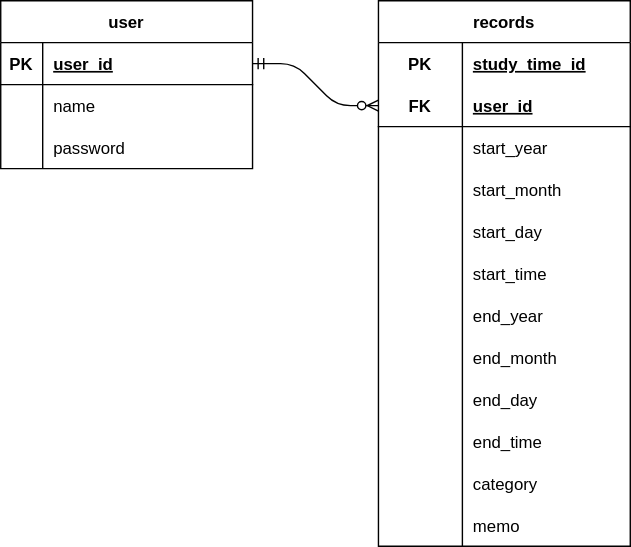
Earlier version of the draw.io export docs/images/ER図.drawio.svg (GenkiKishikawa/study-time-app). Source tidied: cells renumbered, new cells last; positions are measured from the earlier drawing's top-left corner, leaving out a move shared by most shapes.
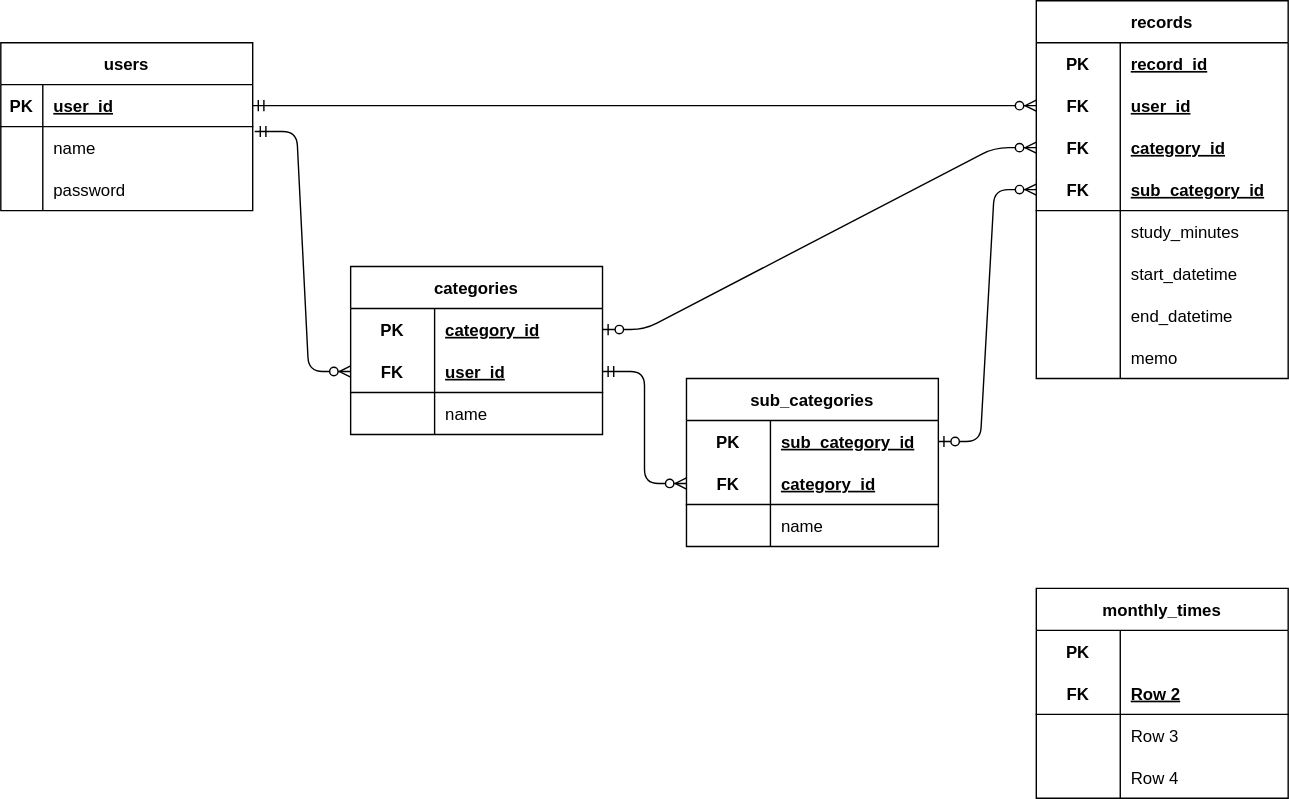
Later version of the same file.

The edit, as a diff of the source:
```diff
@@ -2,8 +2,8 @@
   <root>
     <mxCell id="0" />
     <mxCell id="1" parent="0" />
-    <mxCell id="2" value="user" style="shape=table;startSize=30;rowLines=0;fontStyle=1;align=center;" parent="1" vertex="1">
-      <mxGeometry width="180" height="120" as="geometry" />
+    <mxCell id="2" value="users" style="shape=table;startSize=30;rowLines=0;fontStyle=1;align=center;" parent="1" vertex="1">
+      <mxGeometry x="-30" y="-120" width="180" height="120" as="geometry" />
     </mxCell>
     <mxCell id="3" style="shape=tableRow;horizontal=0;startSize=0;swimlaneHead=0;swimlaneBody=0;fillColor=none;points=[[0,0.5],[1,0.5]];portConstraint=eastwest;top=0;left=0;right=0;bottom=1;" parent="2" vertex="1">
       <mxGeometry y="30" width="180" height="30" as="geometry" />
@@ -33,7 +33,7 @@
       <mxGeometry x="30" width="150" height="30" as="geometry" />
     </mxCell>
     <mxCell id="12" value="records" style="shape=table;startSize=30;rowLines=0;fontStyle=1;align=center;" parent="1" vertex="1">
-      <mxGeometry x="270" width="180" height="390" as="geometry" />
+      <mxGeometry x="710" y="-150" width="180" height="270" as="geometry" />
     </mxCell>
     <mxCell id="13" style="shape=tableRow;horizontal=0;startSize=0;swimlaneHead=0;swimlaneBody=0;fillColor=none;top=0;left=0;right=0;bottom=0;" parent="12" vertex="1">
       <mxGeometry y="30" width="180" height="30" as="geometry" />
@@ -41,10 +41,10 @@
     <mxCell id="14" value="PK" style="shape=partialRectangle;fillColor=none;top=0;left=0;bottom=0;right=0;fontStyle=1;overflow=hidden;" parent="13" vertex="1">
       <mxGeometry width="60" height="30" as="geometry" />
     </mxCell>
-    <mxCell id="15" value="study_time_id" style="shape=partialRectangle;fillColor=none;top=0;left=0;bottom=0;right=0;align=left;spacingLeft=6;fontStyle=5;overflow=hidden;" parent="13" vertex="1">
+    <mxCell id="15" value="record_id" style="shape=partialRectangle;fillColor=none;top=0;left=0;bottom=0;right=0;align=left;spacingLeft=6;fontStyle=5;overflow=hidden;" parent="13" vertex="1">
       <mxGeometry x="60" width="120" height="30" as="geometry" />
     </mxCell>
-    <mxCell id="16" style="shape=tableRow;horizontal=0;startSize=0;swimlaneHead=0;swimlaneBody=0;fillColor=none;points=[[0,0.5],[1,0.5]];portConstraint=eastwest;top=0;left=0;right=0;bottom=1;" parent="12" vertex="1">
+    <mxCell id="16" style="shape=tableRow;horizontal=0;startSize=0;swimlaneHead=0;swimlaneBody=0;fillColor=none;points=[[0,0.5],[1,0.5]];portConstraint=eastwest;top=0;left=0;right=0;bottom=1;strokeColor=none;" parent="12" vertex="1">
       <mxGeometry y="60" width="180" height="30" as="geometry" />
     </mxCell>
     <mxCell id="17" value="FK" style="shape=partialRectangle;fillColor=none;top=0;left=0;bottom=0;right=0;fontStyle=1;overflow=hidden;" parent="16" vertex="1">
@@ -53,89 +53,53 @@
     <mxCell id="18" value="user_id" style="shape=partialRectangle;fillColor=none;top=0;left=0;bottom=0;right=0;align=left;spacingLeft=6;fontStyle=5;overflow=hidden;" parent="16" vertex="1">
       <mxGeometry x="60" width="120" height="30" as="geometry" />
     </mxCell>
+    <mxCell id="50" style="shape=tableRow;horizontal=0;startSize=0;swimlaneHead=0;swimlaneBody=0;fillColor=none;points=[[0,0.5],[1,0.5]];portConstraint=eastwest;top=0;left=0;right=0;bottom=1;strokeColor=none;" parent="12" vertex="1">
+      <mxGeometry y="90" width="180" height="30" as="geometry" />
+    </mxCell>
+    <mxCell id="51" value="FK" style="shape=partialRectangle;fillColor=none;top=0;left=0;bottom=0;right=0;fontStyle=1;overflow=hidden;" parent="50" vertex="1">
+      <mxGeometry width="60" height="30" as="geometry" />
+    </mxCell>
+    <mxCell id="52" value="category_id" style="shape=partialRectangle;fillColor=none;top=0;left=0;bottom=0;right=0;align=left;spacingLeft=6;fontStyle=5;overflow=hidden;" parent="50" vertex="1">
+      <mxGeometry x="60" width="120" height="30" as="geometry" />
+    </mxCell>
+    <mxCell id="53" style="shape=tableRow;horizontal=0;startSize=0;swimlaneHead=0;swimlaneBody=0;fillColor=none;points=[[0,0.5],[1,0.5]];portConstraint=eastwest;top=0;left=0;right=0;bottom=1;" parent="12" vertex="1">
+      <mxGeometry y="120" width="180" height="30" as="geometry" />
+    </mxCell>
+    <mxCell id="54" value="FK" style="shape=partialRectangle;fillColor=none;top=0;left=0;bottom=0;right=0;fontStyle=1;overflow=hidden;" parent="53" vertex="1">
+      <mxGeometry width="60" height="30" as="geometry" />
+    </mxCell>
+    <mxCell id="55" value="sub_category_id" style="shape=partialRectangle;fillColor=none;top=0;left=0;bottom=0;right=0;align=left;spacingLeft=6;fontStyle=5;overflow=hidden;" parent="53" vertex="1">
+      <mxGeometry x="60" width="120" height="30" as="geometry" />
+    </mxCell>
     <mxCell id="19" style="shape=tableRow;horizontal=0;startSize=0;swimlaneHead=0;swimlaneBody=0;fillColor=none;top=0;left=0;right=0;bottom=0;" parent="12" vertex="1">
-      <mxGeometry y="90" width="180" height="30" as="geometry" />
+      <mxGeometry y="150" width="180" height="30" as="geometry" />
     </mxCell>
     <mxCell id="20" style="shape=partialRectangle;fillColor=none;top=0;left=0;bottom=0;right=0;overflow=hidden;" parent="19" vertex="1">
       <mxGeometry width="60" height="30" as="geometry" />
     </mxCell>
-    <mxCell id="21" value="start_year" style="shape=partialRectangle;fillColor=none;top=0;left=0;bottom=0;right=0;align=left;spacingLeft=6;overflow=hidden;" parent="19" vertex="1">
+    <mxCell id="21" value="study_minutes" style="shape=partialRectangle;fillColor=none;top=0;left=0;bottom=0;right=0;align=left;spacingLeft=6;overflow=hidden;" parent="19" vertex="1">
       <mxGeometry x="60" width="120" height="30" as="geometry" />
     </mxCell>
-    <mxCell id="22" style="shape=tableRow;horizontal=0;startSize=0;swimlaneHead=0;swimlaneBody=0;fillColor=none;top=0;left=0;right=0;bottom=0;" parent="12" vertex="1">
-      <mxGeometry y="120" width="180" height="30" as="geometry" />
-    </mxCell>
-    <mxCell id="23" style="shape=partialRectangle;fillColor=none;top=0;left=0;bottom=0;right=0;overflow=hidden;" parent="22" vertex="1">
-      <mxGeometry width="60" height="30" as="geometry" />
-    </mxCell>
-    <mxCell id="24" value="start_month" style="shape=partialRectangle;fillColor=none;top=0;left=0;bottom=0;right=0;align=left;spacingLeft=6;overflow=hidden;" parent="22" vertex="1">
-      <mxGeometry x="60" width="120" height="30" as="geometry" />
-    </mxCell>
-    <mxCell id="25" style="shape=tableRow;horizontal=0;startSize=0;swimlaneHead=0;swimlaneBody=0;fillColor=none;top=0;left=0;right=0;bottom=0;" parent="12" vertex="1">
-      <mxGeometry y="150" width="180" height="30" as="geometry" />
-    </mxCell>
-    <mxCell id="26" style="shape=partialRectangle;fillColor=none;top=0;left=0;bottom=0;right=0;overflow=hidden;" parent="25" vertex="1">
-      <mxGeometry width="60" height="30" as="geometry" />
-    </mxCell>
-    <mxCell id="27" value="start_day" style="shape=partialRectangle;fillColor=none;top=0;left=0;bottom=0;right=0;align=left;spacingLeft=6;overflow=hidden;" parent="25" vertex="1">
-      <mxGeometry x="60" width="120" height="30" as="geometry" />
-    </mxCell>
-    <mxCell id="28" style="shape=tableRow;horizontal=0;startSize=0;swimlaneHead=0;swimlaneBody=0;fillColor=none;top=0;left=0;right=0;bottom=0;" parent="12" vertex="1">
-      <mxGeometry y="180" width="180" height="30" as="geometry" />
-    </mxCell>
-    <mxCell id="29" style="shape=partialRectangle;fillColor=none;top=0;left=0;bottom=0;right=0;overflow=hidden;" parent="28" vertex="1">
-      <mxGeometry width="60" height="30" as="geometry" />
-    </mxCell>
-    <mxCell id="30" value="start_time" style="shape=partialRectangle;fillColor=none;top=0;left=0;bottom=0;right=0;align=left;spacingLeft=6;overflow=hidden;" parent="28" vertex="1">
-      <mxGeometry x="60" width="120" height="30" as="geometry" />
-    </mxCell>
-    <mxCell id="31" style="shape=tableRow;horizontal=0;startSize=0;swimlaneHead=0;swimlaneBody=0;fillColor=none;top=0;left=0;right=0;bottom=0;" parent="12" vertex="1">
-      <mxGeometry y="210" width="180" height="30" as="geometry" />
-    </mxCell>
-    <mxCell id="32" style="shape=partialRectangle;fillColor=none;top=0;left=0;bottom=0;right=0;overflow=hidden;" parent="31" vertex="1">
-      <mxGeometry width="60" height="30" as="geometry" />
-    </mxCell>
-    <mxCell id="33" value="end_year" style="shape=partialRectangle;fillColor=none;top=0;left=0;bottom=0;right=0;align=left;spacingLeft=6;overflow=hidden;" parent="31" vertex="1">
-      <mxGeometry x="60" width="120" height="30" as="geometry" />
-    </mxCell>
     <mxCell id="34" style="shape=tableRow;horizontal=0;startSize=0;swimlaneHead=0;swimlaneBody=0;fillColor=none;top=0;left=0;right=0;bottom=0;" parent="12" vertex="1">
-      <mxGeometry y="240" width="180" height="30" as="geometry" />
+      <mxGeometry y="180" width="180" height="30" as="geometry" />
     </mxCell>
     <mxCell id="35" style="shape=partialRectangle;fillColor=none;top=0;left=0;bottom=0;right=0;overflow=hidden;" parent="34" vertex="1">
       <mxGeometry width="60" height="30" as="geometry" />
     </mxCell>
-    <mxCell id="36" value="end_month" style="shape=partialRectangle;fillColor=none;top=0;left=0;bottom=0;right=0;align=left;spacingLeft=6;overflow=hidden;" parent="34" vertex="1">
+    <mxCell id="36" value="start_datetime" style="shape=partialRectangle;fillColor=none;top=0;left=0;bottom=0;right=0;align=left;spacingLeft=6;overflow=hidden;" parent="34" vertex="1">
       <mxGeometry x="60" width="120" height="30" as="geometry" />
     </mxCell>
     <mxCell id="37" style="shape=tableRow;horizontal=0;startSize=0;swimlaneHead=0;swimlaneBody=0;fillColor=none;top=0;left=0;right=0;bottom=0;" parent="12" vertex="1">
-      <mxGeometry y="270" width="180" height="30" as="geometry" />
+      <mxGeometry y="210" width="180" height="30" as="geometry" />
     </mxCell>
     <mxCell id="38" style="shape=partialRectangle;fillColor=none;top=0;left=0;bottom=0;right=0;overflow=hidden;" parent="37" vertex="1">
       <mxGeometry width="60" height="30" as="geometry" />
     </mxCell>
-    <mxCell id="39" value="end_day" style="shape=partialRectangle;fillColor=none;top=0;left=0;bottom=0;right=0;align=left;spacingLeft=6;overflow=hidden;" parent="37" vertex="1">
+    <mxCell id="39" value="end_datetime" style="shape=partialRectangle;fillColor=none;top=0;left=0;bottom=0;right=0;align=left;spacingLeft=6;overflow=hidden;" parent="37" vertex="1">
       <mxGeometry x="60" width="120" height="30" as="geometry" />
     </mxCell>
-    <mxCell id="40" style="shape=tableRow;horizontal=0;startSize=0;swimlaneHead=0;swimlaneBody=0;fillColor=none;top=0;left=0;right=0;bottom=0;" parent="12" vertex="1">
-      <mxGeometry y="300" width="180" height="30" as="geometry" />
-    </mxCell>
-    <mxCell id="41" style="shape=partialRectangle;fillColor=none;top=0;left=0;bottom=0;right=0;overflow=hidden;" parent="40" vertex="1">
-      <mxGeometry width="60" height="30" as="geometry" />
-    </mxCell>
-    <mxCell id="42" value="end_time" style="shape=partialRectangle;fillColor=none;top=0;left=0;bottom=0;right=0;align=left;spacingLeft=6;overflow=hidden;" parent="40" vertex="1">
-      <mxGeometry x="60" width="120" height="30" as="geometry" />
-    </mxCell>
-    <mxCell id="43" style="shape=tableRow;horizontal=0;startSize=0;swimlaneHead=0;swimlaneBody=0;fillColor=none;top=0;left=0;right=0;bottom=0;" parent="12" vertex="1">
-      <mxGeometry y="330" width="180" height="30" as="geometry" />
-    </mxCell>
-    <mxCell id="44" style="shape=partialRectangle;fillColor=none;top=0;left=0;bottom=0;right=0;overflow=hidden;" parent="43" vertex="1">
-      <mxGeometry width="60" height="30" as="geometry" />
-    </mxCell>
-    <mxCell id="45" value="category" style="shape=partialRectangle;fillColor=none;top=0;left=0;bottom=0;right=0;align=left;spacingLeft=6;overflow=hidden;" parent="43" vertex="1">
-      <mxGeometry x="60" width="120" height="30" as="geometry" />
-    </mxCell>
     <mxCell id="46" style="shape=tableRow;horizontal=0;startSize=0;swimlaneHead=0;swimlaneBody=0;fillColor=none;top=0;left=0;right=0;bottom=0;" parent="12" vertex="1">
-      <mxGeometry y="360" width="180" height="30" as="geometry" />
+      <mxGeometry y="240" width="180" height="30" as="geometry" />
     </mxCell>
     <mxCell id="47" style="shape=partialRectangle;fillColor=none;top=0;left=0;bottom=0;right=0;overflow=hidden;" parent="46" vertex="1">
       <mxGeometry width="60" height="30" as="geometry" />
@@ -146,5 +110,116 @@
     <mxCell id="49" style="edgeStyle=entityRelationEdgeStyle;fontSize=12;html=1;endArrow=ERzeroToMany;startArrow=ERmandOne;exitX=1;exitY=0.5;exitDx=0;exitDy=0;entryX=0;entryY=0.5;entryDx=0;entryDy=0;" parent="1" edge="1" source="3" target="16">
       <mxGeometry relative="1" as="geometry" />
     </mxCell>
+    <mxCell id="56" value="categories" style="shape=table;startSize=30;rowLines=0;fontStyle=1;align=center;" parent="1" vertex="1">
+      <mxGeometry x="220" y="40" width="180" height="120" as="geometry" />
+    </mxCell>
+    <mxCell id="57" style="shape=tableRow;horizontal=0;startSize=0;swimlaneHead=0;swimlaneBody=0;fillColor=none;points=[[0,0.5],[1,0.5]];portConstraint=eastwest;top=0;left=0;right=0;bottom=0;" parent="56" vertex="1">
+      <mxGeometry y="30" width="180" height="30" as="geometry" />
+    </mxCell>
+    <mxCell id="58" value="PK" style="shape=partialRectangle;fillColor=none;top=0;left=0;bottom=0;right=0;fontStyle=1;overflow=hidden;" parent="57" vertex="1">
+      <mxGeometry width="60" height="30" as="geometry" />
+    </mxCell>
+    <mxCell id="59" value="category_id" style="shape=partialRectangle;fillColor=none;top=0;left=0;bottom=0;right=0;align=left;spacingLeft=6;fontStyle=5;overflow=hidden;" parent="57" vertex="1">
+      <mxGeometry x="60" width="120" height="30" as="geometry" />
+    </mxCell>
+    <mxCell id="60" style="shape=tableRow;horizontal=0;startSize=0;swimlaneHead=0;swimlaneBody=0;fillColor=none;points=[[0,0.5],[1,0.5]];portConstraint=eastwest;top=0;left=0;right=0;bottom=1;" parent="56" vertex="1">
+      <mxGeometry y="60" width="180" height="30" as="geometry" />
+    </mxCell>
+    <mxCell id="61" value="FK" style="shape=partialRectangle;fillColor=none;top=0;left=0;bottom=0;right=0;fontStyle=1;overflow=hidden;" parent="60" vertex="1">
+      <mxGeometry width="60" height="30" as="geometry" />
+    </mxCell>
+    <mxCell id="62" value="user_id" style="shape=partialRectangle;fillColor=none;top=0;left=0;bottom=0;right=0;align=left;spacingLeft=6;fontStyle=5;overflow=hidden;" parent="60" vertex="1">
+      <mxGeometry x="60" width="120" height="30" as="geometry" />
+    </mxCell>
+    <mxCell id="63" style="shape=tableRow;horizontal=0;startSize=0;swimlaneHead=0;swimlaneBody=0;fillColor=none;top=0;left=0;right=0;bottom=0;" parent="56" vertex="1">
+      <mxGeometry y="90" width="180" height="30" as="geometry" />
+    </mxCell>
+    <mxCell id="64" style="shape=partialRectangle;fillColor=none;top=0;left=0;bottom=0;right=0;overflow=hidden;" parent="63" vertex="1">
+      <mxGeometry width="60" height="30" as="geometry" />
+    </mxCell>
+    <mxCell id="65" value="name" style="shape=partialRectangle;fillColor=none;top=0;left=0;bottom=0;right=0;align=left;spacingLeft=6;overflow=hidden;" parent="63" vertex="1">
+      <mxGeometry x="60" width="120" height="30" as="geometry" />
+    </mxCell>
+    <mxCell id="66" style="edgeStyle=entityRelationEdgeStyle;fontSize=12;html=1;endArrow=ERzeroToMany;startArrow=ERmandOne;entryX=0;entryY=0.5;entryDx=0;entryDy=0;exitX=1.008;exitY=0.116;exitDx=0;exitDy=0;exitPerimeter=0;" parent="1" edge="1" source="6" target="60">
+      <mxGeometry relative="1" as="geometry" />
+    </mxCell>
+    <mxCell id="67" style="edgeStyle=entityRelationEdgeStyle;fontSize=12;html=1;endArrow=ERzeroToMany;startArrow=ERzeroToOne;entryX=0;entryY=0.5;entryDx=0;entryDy=0;exitX=1;exitY=0.5;exitDx=0;exitDy=0;" parent="1" edge="1" source="57" target="50">
+      <mxGeometry relative="1" as="geometry" />
+    </mxCell>
+    <mxCell id="68" value="sub_categories" style="shape=table;startSize=30;rowLines=0;fontStyle=1;align=center;" parent="1" vertex="1">
+      <mxGeometry x="460" y="120" width="180" height="120" as="geometry" />
+    </mxCell>
+    <mxCell id="69" style="shape=tableRow;horizontal=0;startSize=0;swimlaneHead=0;swimlaneBody=0;fillColor=none;points=[[0,0.5],[1,0.5]];portConstraint=eastwest;top=0;left=0;right=0;bottom=0;" parent="68" vertex="1">
+      <mxGeometry y="30" width="180" height="30" as="geometry" />
+    </mxCell>
+    <mxCell id="70" value="PK" style="shape=partialRectangle;fillColor=none;top=0;left=0;bottom=0;right=0;fontStyle=1;overflow=hidden;" parent="69" vertex="1">
+      <mxGeometry width="60" height="30" as="geometry" />
+    </mxCell>
+    <mxCell id="71" value="sub_category_id" style="shape=partialRectangle;fillColor=none;top=0;left=0;bottom=0;right=0;align=left;spacingLeft=6;fontStyle=5;overflow=hidden;" parent="69" vertex="1">
+      <mxGeometry x="60" width="120" height="30" as="geometry" />
+    </mxCell>
+    <mxCell id="72" style="shape=tableRow;horizontal=0;startSize=0;swimlaneHead=0;swimlaneBody=0;fillColor=none;points=[[0,0.5],[1,0.5]];portConstraint=eastwest;top=0;left=0;right=0;bottom=1;" parent="68" vertex="1">
+      <mxGeometry y="60" width="180" height="30" as="geometry" />
+    </mxCell>
+    <mxCell id="73" value="FK" style="shape=partialRectangle;fillColor=none;top=0;left=0;bottom=0;right=0;fontStyle=1;overflow=hidden;" parent="72" vertex="1">
+      <mxGeometry width="60" height="30" as="geometry" />
+    </mxCell>
+    <mxCell id="74" value="category_id" style="shape=partialRectangle;fillColor=none;top=0;left=0;bottom=0;right=0;align=left;spacingLeft=6;fontStyle=5;overflow=hidden;" parent="72" vertex="1">
+      <mxGeometry x="60" width="120" height="30" as="geometry" />
+    </mxCell>
+    <mxCell id="75" style="shape=tableRow;horizontal=0;startSize=0;swimlaneHead=0;swimlaneBody=0;fillColor=none;top=0;left=0;right=0;bottom=0;" parent="68" vertex="1">
+      <mxGeometry y="90" width="180" height="30" as="geometry" />
+    </mxCell>
+    <mxCell id="76" style="shape=partialRectangle;fillColor=none;top=0;left=0;bottom=0;right=0;overflow=hidden;" parent="75" vertex="1">
+      <mxGeometry width="60" height="30" as="geometry" />
+    </mxCell>
+    <mxCell id="77" value="name" style="shape=partialRectangle;fillColor=none;top=0;left=0;bottom=0;right=0;align=left;spacingLeft=6;overflow=hidden;" parent="75" vertex="1">
+      <mxGeometry x="60" width="120" height="30" as="geometry" />
+    </mxCell>
+    <mxCell id="78" style="edgeStyle=entityRelationEdgeStyle;fontSize=12;html=1;endArrow=ERzeroToMany;startArrow=ERmandOne;entryX=0;entryY=0.5;entryDx=0;entryDy=0;exitX=1;exitY=0.5;exitDx=0;exitDy=0;" parent="1" edge="1" source="60" target="72">
+      <mxGeometry relative="1" as="geometry" />
+    </mxCell>
+    <mxCell id="79" style="edgeStyle=entityRelationEdgeStyle;fontSize=12;html=1;endArrow=ERzeroToMany;startArrow=ERzeroToOne;exitX=1;exitY=0.5;exitDx=0;exitDy=0;entryX=0;entryY=0.5;entryDx=0;entryDy=0;" parent="1" edge="1" source="69" target="53">
+      <mxGeometry relative="1" as="geometry" />
+    </mxCell>
+    <mxCell id="80" value="monthly_times" style="shape=table;startSize=30;rowLines=0;fontStyle=1;align=center;" parent="1" vertex="1">
+      <mxGeometry x="710" y="270" width="180" height="150" as="geometry" />
+    </mxCell>
+    <mxCell id="81" style="shape=tableRow;horizontal=0;startSize=0;swimlaneHead=0;swimlaneBody=0;fillColor=none;top=0;left=0;right=0;bottom=0;" parent="80" vertex="1">
+      <mxGeometry y="30" width="180" height="30" as="geometry" />
+    </mxCell>
+    <mxCell id="82" value="PK" style="shape=partialRectangle;fillColor=none;top=0;left=0;bottom=0;right=0;fontStyle=1;overflow=hidden;" parent="81" vertex="1">
+      <mxGeometry width="60" height="30" as="geometry" />
+    </mxCell>
+    <mxCell id="83" style="shape=partialRectangle;fillColor=none;top=0;left=0;bottom=0;right=0;align=left;spacingLeft=6;fontStyle=5;overflow=hidden;" parent="81" vertex="1">
+      <mxGeometry x="60" width="120" height="30" as="geometry" />
+    </mxCell>
+    <mxCell id="84" style="shape=tableRow;horizontal=0;startSize=0;swimlaneHead=0;swimlaneBody=0;fillColor=none;top=0;left=0;right=0;bottom=1;" parent="80" vertex="1">
+      <mxGeometry y="60" width="180" height="30" as="geometry" />
+    </mxCell>
+    <mxCell id="85" value="FK" style="shape=partialRectangle;fillColor=none;top=0;left=0;bottom=0;right=0;fontStyle=1;overflow=hidden;" parent="84" vertex="1">
+      <mxGeometry width="60" height="30" as="geometry" />
+    </mxCell>
+    <mxCell id="86" value="Row 2" style="shape=partialRectangle;fillColor=none;top=0;left=0;bottom=0;right=0;align=left;spacingLeft=6;fontStyle=5;overflow=hidden;" parent="84" vertex="1">
+      <mxGeometry x="60" width="120" height="30" as="geometry" />
+    </mxCell>
+    <mxCell id="87" style="shape=tableRow;horizontal=0;startSize=0;swimlaneHead=0;swimlaneBody=0;fillColor=none;top=0;left=0;right=0;bottom=0;" parent="80" vertex="1">
+      <mxGeometry y="90" width="180" height="30" as="geometry" />
+    </mxCell>
+    <mxCell id="88" style="shape=partialRectangle;fillColor=none;top=0;left=0;bottom=0;right=0;overflow=hidden;" parent="87" vertex="1">
+      <mxGeometry width="60" height="30" as="geometry" />
+    </mxCell>
+    <mxCell id="89" value="Row 3" style="shape=partialRectangle;fillColor=none;top=0;left=0;bottom=0;right=0;align=left;spacingLeft=6;overflow=hidden;" parent="87" vertex="1">
+      <mxGeometry x="60" width="120" height="30" as="geometry" />
+    </mxCell>
+    <mxCell id="22" style="shape=tableRow;horizontal=0;startSize=0;swimlaneHead=0;swimlaneBody=0;fillColor=none;top=0;left=0;right=0;bottom=0;" parent="80" vertex="1">
+      <mxGeometry y="120" width="180" height="30" as="geometry" />
+    </mxCell>
+    <mxCell id="90" style="shape=partialRectangle;fillColor=none;top=0;left=0;bottom=0;right=0;overflow=hidden;" parent="22" vertex="1">
+      <mxGeometry width="60" height="30" as="geometry" />
+    </mxCell>
+    <mxCell id="91" value="Row 4" style="shape=partialRectangle;fillColor=none;top=0;left=0;bottom=0;right=0;align=left;spacingLeft=6;overflow=hidden;" parent="22" vertex="1">
+      <mxGeometry x="60" width="120" height="30" as="geometry" />
+    </mxCell>
   </root>
 </mxGraphModel>
```
